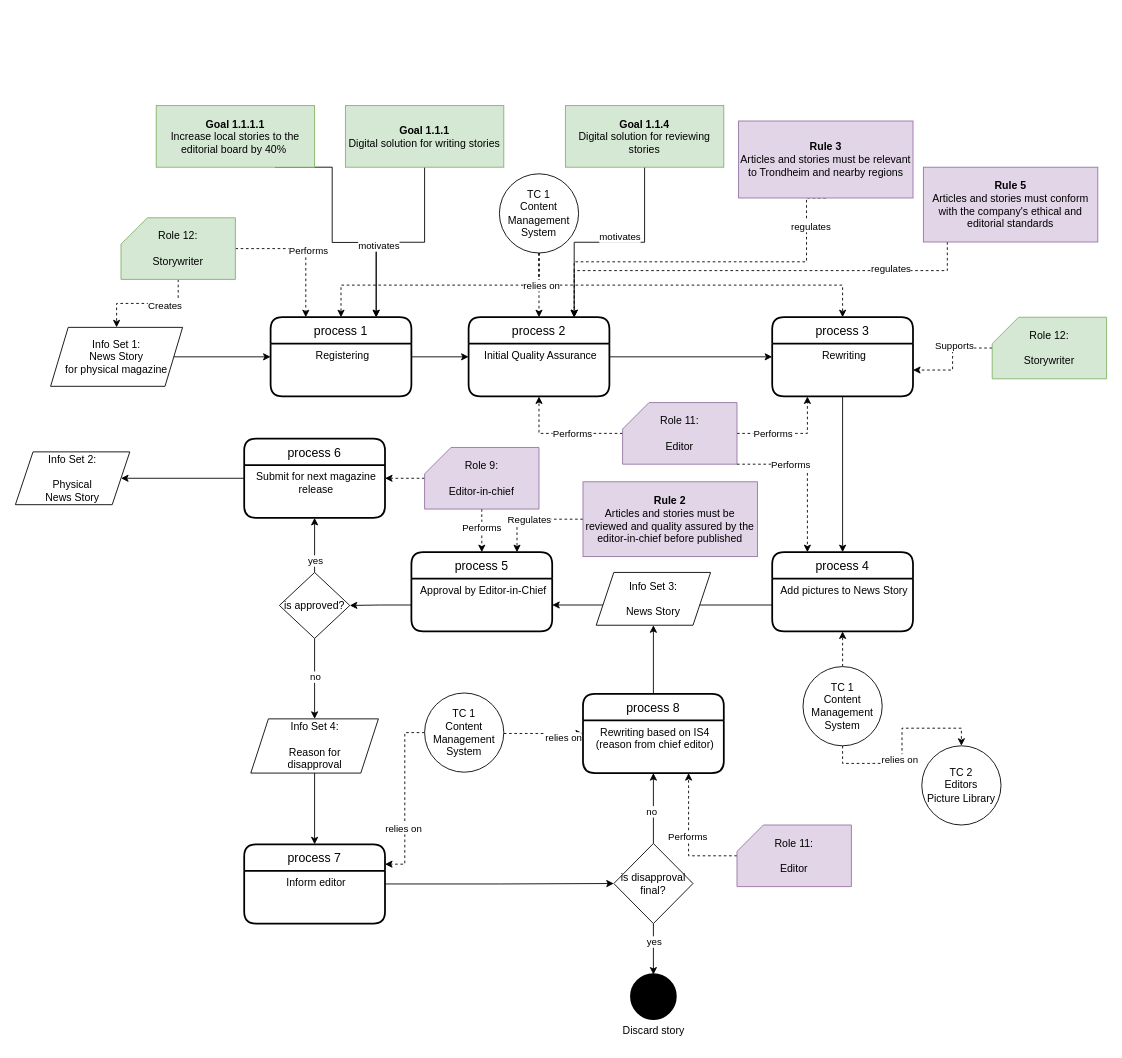
Above: TS_business_process_1.drawio in gullskatten/TS-models-4em-archi (draw.io), before the change. Source tidied: cells renumbered, new cells numbered last; positions are measured from the earlier drawing's top-left corner, leaving out a move shared by most shapes. Both pictures are drawn from the tidied source at 88%, with x=0, y=0 at pixel (15, 105).
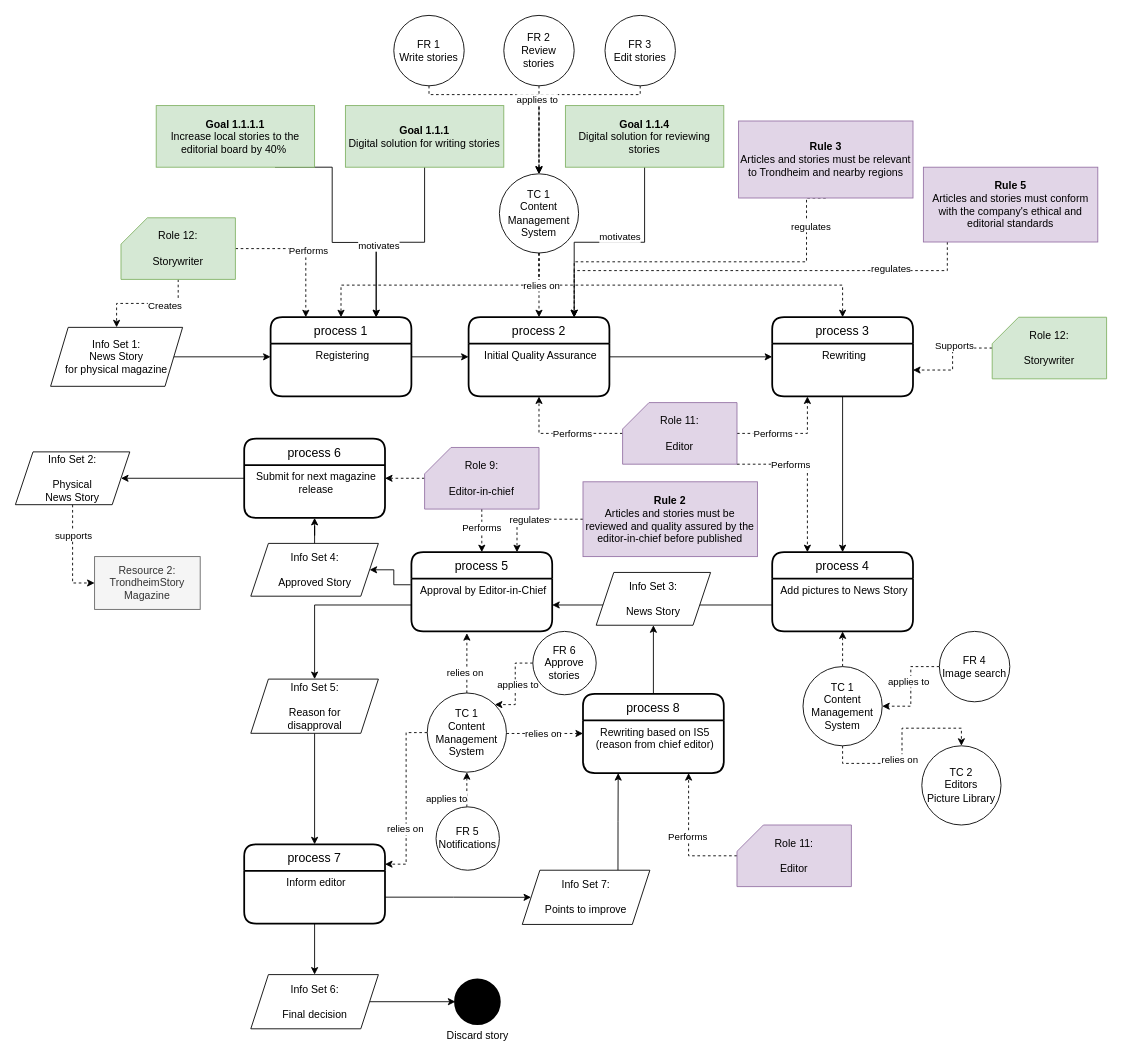
Above is the later version.

The change refers to these unchanged cells:
```xml
<mxCell id="5" value="TC 1&lt;br&gt;Content Management&lt;br&gt;System" style="ellipse;whiteSpace=wrap;html=1;fillColor=#FFFFFF;" parent="1" vertex="1">
  <mxGeometry x="550" y="78" width="90" height="90" as="geometry" />
</mxCell>
<mxCell id="40" style="edgeStyle=orthogonalEdgeStyle;rounded=0;jettySize=auto;html=1;entryX=0;entryY=0.25;entryDx=0;entryDy=0;endArrow=classic;endFill=1;dashed=1;" parent="1" edge="1" source="66" target="62">
  <mxGeometry relative="1" as="geometry">
    <Array as="points">
      <mxPoint x="485" y="713" />
    </Array>
  </mxGeometry>
</mxCell>
<mxCell id="46" value="Info Set 2:&lt;br&gt;&lt;br&gt;Physical&lt;br&gt;News Story" style="shape=parallelogram;perimeter=parallelogramPerimeter;whiteSpace=wrap;html=1;fixedSize=1;" parent="1" vertex="1">
  <mxGeometry y="394" width="130" height="60" as="geometry" />
</mxCell>
<mxCell id="53" value="Inform editor" style="align=center;strokeColor=none;fillColor=none;spacingLeft=4;fontSize=12;verticalAlign=top;" parent="52" vertex="1">
  <mxGeometry y="30" width="160" height="60" as="geometry" />
</mxCell>
<mxCell id="55" value="Submit for next magazine &#10;release" style="align=center;strokeColor=none;fillColor=none;spacingLeft=4;fontSize=12;verticalAlign=top;" parent="54" vertex="1">
  <mxGeometry y="30" width="160" height="60" as="geometry" />
</mxCell>
<mxCell id="59" value="Approval by Editor-in-Chief" style="align=center;strokeColor=none;fillColor=none;spacingLeft=4;fontSize=12;verticalAlign=top;" parent="58" vertex="1">
  <mxGeometry y="30" width="160" height="60" as="geometry" />
</mxCell>
<mxCell id="61" value="process 8" style="swimlane;horizontal=1;startSize=30;rounded=1;fontSize=14;fontStyle=0;strokeWidth=2;shadow=0;dashed=0;align=center;" parent="1" vertex="1">
  <mxGeometry x="645" y="669" width="160" height="90" as="geometry" />
</mxCell>
<mxCell id="82" value="TC 1&lt;br&gt;Content Management&lt;br&gt;System" style="ellipse;whiteSpace=wrap;html=1;fillColor=#FFFFFF;" parent="1" vertex="1">
  <mxGeometry x="895" y="638" width="90" height="90" as="geometry" />
</mxCell>
<mxCell id="83" style="edgeStyle=orthogonalEdgeStyle;rounded=0;jettySize=auto;html=1;entryX=0.75;entryY=0;entryDx=0;entryDy=0;dashed=1;endArrow=classic;endFill=1;" parent="1" edge="1" source="85" target="58">
  <mxGeometry relative="1" as="geometry">
    <Array as="points">
      <mxPoint x="570" y="470" />
    </Array>
  </mxGeometry>
</mxCell>
```

Change to the diagram source:
```diff
@@
-    <mxCell id="10" style="edgeStyle=orthogonalEdgeStyle;rounded=0;jettySize=auto;html=1;entryX=0.5;entryY=1;entryDx=0;entryDy=0;endArrow=classic;endFill=1;exitX=0.5;exitY=0;exitDx=0;exitDy=0;" parent="1" edge="1" source="14" target="55">
-      <mxGeometry relative="1" as="geometry" />
-    </mxCell>
-    <mxCell id="11" value="yes" style="edgeLabel;html=1;align=center;verticalAlign=middle;" parent="10" vertex="1">
-      <mxGeometry x="-0.9" y="-3" relative="1" as="geometry">
-        <mxPoint x="-3" y="-10.6" as="offset" />
-      </mxGeometry>
-    </mxCell>
-    <mxCell id="12" style="edgeStyle=orthogonalEdgeStyle;rounded=0;jettySize=auto;html=1;endArrow=classic;endFill=1;entryX=0.5;entryY=0;entryDx=0;entryDy=0;" parent="1" edge="1" source="14" target="18">
-      <mxGeometry relative="1" as="geometry" />
-    </mxCell>
-    <mxCell id="13" value="no" style="edgeLabel;html=1;align=center;verticalAlign=middle;" parent="12" vertex="1">
-      <mxGeometry x="-0.05" relative="1" as="geometry" />
-    </mxCell>
-    <mxCell id="14" value="is approved?" style="rhombus;whiteSpace=wrap;html=1;fillColor=#FFFFFF;" parent="1" vertex="1">
-      <mxGeometry x="300" y="531" width="80" height="75" as="geometry" />
-    </mxCell>
-    <mxCell id="15" style="edgeStyle=orthogonalEdgeStyle;rounded=0;jettySize=auto;html=1;endArrow=classic;endFill=1;exitX=0;exitY=0.5;exitDx=0;exitDy=0;" parent="1" edge="1" source="59" target="14">
-      <mxGeometry relative="1" as="geometry" />
-    </mxCell>
@@
-    <mxCell id="18" value="Info Set 4:&lt;br&gt;&lt;br&gt;Reason for &lt;br&gt;disapproval" style="shape=parallelogram;perimeter=parallelogramPerimeter;whiteSpace=wrap;html=1;fixedSize=1;" parent="1" vertex="1">
-      <mxGeometry x="267.5" y="697.4" width="145" height="61.6" as="geometry" />
+    <mxCell id="18" value="Info Set 5:&lt;br&gt;&lt;br&gt;Reason for &lt;br&gt;disapproval" style="shape=parallelogram;perimeter=parallelogramPerimeter;whiteSpace=wrap;html=1;fixedSize=1;" parent="1" vertex="1">
+      <mxGeometry x="267.5" y="652.2" width="145" height="61.6" as="geometry" />
     </mxCell>
@@
     <mxCell id="37" value="Discard story" style="shape=mxgraph.bpmn.shape;html=1;verticalLabelPosition=bottom;labelBackgroundColor=#ffffff;verticalAlign=top;align=center;perimeter=ellipsePerimeter;outlineConnect=0;outline=end;symbol=terminate;fillColor=#000000;" parent="1" vertex="1">
-      <mxGeometry x="700" y="988" width="50" height="50" as="geometry" />
+      <mxGeometry x="500" y="993.8" width="50" height="50" as="geometry" />
     </mxCell>
-    <mxCell id="38" style="edgeStyle=orthogonalEdgeStyle;rounded=0;jettySize=auto;html=1;endArrow=classic;endFill=1;exitX=0.5;exitY=1;exitDx=0;exitDy=0;" parent="1" edge="1" source="44" target="37">
-      <mxGeometry relative="1" as="geometry" />
-    </mxCell>
-    <mxCell id="39" value="yes" style="edgeLabel;html=1;align=center;verticalAlign=middle;" parent="38" vertex="1">
-      <mxGeometry x="-0.29" y="-2" relative="1" as="geometry">
-        <mxPoint x="2" y="-1" as="offset" />
-      </mxGeometry>
-    </mxCell>
@@
     <mxCell id="41" value="relies on" style="edgeLabel;html=1;align=center;verticalAlign=middle;" parent="40" vertex="1">
-      <mxGeometry x="0.51" y="-4" relative="1" as="geometry" />
+      <mxGeometry x="0.51" y="-4" relative="1" as="geometry">
+        <mxPoint x="-24" y="-4" as="offset" />
+      </mxGeometry>
     </mxCell>
-    <mxCell id="42" style="edgeStyle=orthogonalEdgeStyle;rounded=0;jettySize=auto;html=1;entryX=0.5;entryY=1;entryDx=0;entryDy=0;endArrow=classic;endFill=1;" parent="1" edge="1" source="44" target="61">
-      <mxGeometry relative="1" as="geometry" />
-    </mxCell>
-    <mxCell id="43" value="no" style="edgeLabel;html=1;align=center;verticalAlign=middle;" parent="42" vertex="1">
-      <mxGeometry x="-0.07" y="3" relative="1" as="geometry" />
-    </mxCell>
-    <mxCell id="44" value="is disapproval final?" style="rhombus;whiteSpace=wrap;html=1;fillColor=#FFFFFF;" parent="1" vertex="1">
-      <mxGeometry x="680" y="839" width="90" height="91" as="geometry" />
-    </mxCell>
-    <mxCell id="45" style="edgeStyle=orthogonalEdgeStyle;rounded=0;jettySize=auto;html=1;endArrow=classic;endFill=1;exitX=1;exitY=0.25;exitDx=0;exitDy=0;" parent="1" edge="1" source="53" target="44">
-      <mxGeometry relative="1" as="geometry" />
-    </mxCell>
+    <mxCell id="103" style="edgeStyle=orthogonalEdgeStyle;rounded=0;jettySize=auto;html=1;entryX=0;entryY=0.5;entryDx=0;entryDy=0;dashed=1;" parent="1" edge="1" source="46" target="124">
+      <mxGeometry relative="1" as="geometry" />
+    </mxCell>
+    <mxCell id="104" value="supports" style="edgeLabel;html=1;align=center;verticalAlign=middle;" parent="103" vertex="1">
+      <mxGeometry x="-0.68" y="-1" relative="1" as="geometry">
+        <mxPoint x="1" y="16" as="offset" />
+      </mxGeometry>
+    </mxCell>
@@
-    <mxCell id="62" value="Rewriting based on IS4 &#10;(reason from chief editor)" style="align=center;strokeColor=none;fillColor=none;spacingLeft=4;fontSize=12;verticalAlign=top;" parent="61" vertex="1">
+    <mxCell id="62" value="Rewriting based on IS5 &#10;(reason from chief editor)" style="align=center;strokeColor=none;fillColor=none;spacingLeft=4;fontSize=12;verticalAlign=top;" parent="61" vertex="1">
       <mxGeometry y="30" width="160" height="60" as="geometry" />
     </mxCell>
@@
+    <mxCell id="105" style="edgeStyle=orthogonalEdgeStyle;rounded=0;jettySize=auto;html=1;entryX=0.394;entryY=1.033;entryDx=0;entryDy=0;entryPerimeter=0;dashed=1;" parent="1" edge="1" source="66" target="59">
+      <mxGeometry relative="1" as="geometry" />
+    </mxCell>
+    <mxCell id="106" value="relies on" style="edgeLabel;html=1;align=center;verticalAlign=middle;" parent="105" vertex="1">
+      <mxGeometry x="-0.32" y="3" relative="1" as="geometry" />
+    </mxCell>
     <mxCell id="66" value="TC 1&lt;br&gt;Content Management&lt;br&gt;System" style="ellipse;whiteSpace=wrap;html=1;fillColor=#FFFFFF;" parent="1" vertex="1">
-      <mxGeometry x="465" y="668" width="90" height="90" as="geometry" />
+      <mxGeometry x="468" y="668" width="90" height="90" as="geometry" />
     </mxCell>
@@
-    <mxCell id="84" value="Regulates" style="edgeLabel;html=1;align=center;verticalAlign=middle;" parent="83" vertex="1">
+    <mxCell id="84" value="regulates" style="edgeLabel;html=1;align=center;verticalAlign=middle;" parent="83" vertex="1">
       <mxGeometry x="0.1" relative="1" as="geometry" />
     </mxCell>
@@
+    <mxCell id="107" style="edgeStyle=orthogonalEdgeStyle;rounded=0;jettySize=auto;html=1;entryX=0.5;entryY=1;entryDx=0;entryDy=0;" parent="1" edge="1" source="108" target="55">
+      <mxGeometry relative="1" as="geometry" />
+    </mxCell>
+    <mxCell id="108" value="Info Set 4:&lt;br&gt;&lt;br&gt;Approved Story" style="shape=parallelogram;perimeter=parallelogramPerimeter;whiteSpace=wrap;html=1;fixedSize=1;" parent="1" vertex="1">
+      <mxGeometry x="267.5" y="498" width="145" height="60" as="geometry" />
+    </mxCell>
+    <mxCell id="109" style="edgeStyle=orthogonalEdgeStyle;rounded=0;jettySize=auto;html=1;entryX=1;entryY=0.5;entryDx=0;entryDy=0;exitX=-0.006;exitY=0.117;exitDx=0;exitDy=0;exitPerimeter=0;" parent="1" edge="1" source="59" target="108">
+      <mxGeometry relative="1" as="geometry" />
+    </mxCell>
+    <mxCell id="110" style="edgeStyle=orthogonalEdgeStyle;rounded=0;jettySize=auto;html=1;" parent="1" edge="1" source="59" target="18">
+      <mxGeometry relative="1" as="geometry" />
+    </mxCell>
+    <mxCell id="111" style="edgeStyle=orthogonalEdgeStyle;rounded=0;jettySize=auto;html=1;entryX=0.25;entryY=1;entryDx=0;entryDy=0;exitX=0.75;exitY=0;exitDx=0;exitDy=0;" parent="1" edge="1" source="112" target="62">
+      <mxGeometry relative="1" as="geometry" />
+    </mxCell>
+    <mxCell id="112" value="Info Set 7:&lt;br&gt;&lt;br&gt;Points to improve" style="shape=parallelogram;perimeter=parallelogramPerimeter;whiteSpace=wrap;html=1;fixedSize=1;" parent="1" vertex="1">
+      <mxGeometry x="576" y="869.4" width="145" height="61.6" as="geometry" />
+    </mxCell>
+    <mxCell id="113" style="edgeStyle=orthogonalEdgeStyle;rounded=0;jettySize=auto;html=1;entryX=0;entryY=0.5;entryDx=0;entryDy=0;" parent="1" edge="1" source="114" target="37">
+      <mxGeometry relative="1" as="geometry" />
+    </mxCell>
+    <mxCell id="114" value="Info Set 6:&lt;br&gt;&lt;br&gt;Final decision" style="shape=parallelogram;perimeter=parallelogramPerimeter;whiteSpace=wrap;html=1;fixedSize=1;" parent="1" vertex="1">
+      <mxGeometry x="267.5" y="988" width="145" height="61.6" as="geometry" />
+    </mxCell>
+    <mxCell id="115" style="edgeStyle=orthogonalEdgeStyle;rounded=0;jettySize=auto;html=1;entryX=0.5;entryY=0;entryDx=0;entryDy=0;" parent="1" edge="1" source="53" target="114">
+      <mxGeometry relative="1" as="geometry" />
+    </mxCell>
+    <mxCell id="116" style="edgeStyle=orthogonalEdgeStyle;rounded=0;jettySize=auto;html=1;entryX=0;entryY=0.5;entryDx=0;entryDy=0;" parent="1" edge="1" source="53" target="112">
+      <mxGeometry relative="1" as="geometry" />
+    </mxCell>
+    <mxCell id="117" style="edgeStyle=orthogonalEdgeStyle;rounded=0;jettySize=auto;html=1;entryX=0.5;entryY=0;entryDx=0;entryDy=0;dashed=1;" parent="1" edge="1" source="118" target="5">
+      <mxGeometry relative="1" as="geometry">
+        <Array as="points">
+          <mxPoint x="470" y="-12" />
+          <mxPoint x="595" y="-12" />
+        </Array>
+      </mxGeometry>
+    </mxCell>
+    <mxCell id="118" value="FR 1&lt;br&gt;Write stories" style="ellipse;whiteSpace=wrap;html=1;" parent="1" vertex="1">
+      <mxGeometry x="430" y="-102" width="80" height="80" as="geometry" />
+    </mxCell>
+    <mxCell id="119" style="edgeStyle=orthogonalEdgeStyle;rounded=0;jettySize=auto;html=1;entryX=0.5;entryY=0;entryDx=0;entryDy=0;dashed=1;" parent="1" edge="1" source="120" target="5">
+      <mxGeometry relative="1" as="geometry" />
+    </mxCell>
+    <mxCell id="120" value="FR 2&lt;br&gt;Review stories" style="ellipse;whiteSpace=wrap;html=1;" parent="1" vertex="1">
+      <mxGeometry x="555" y="-102" width="80" height="80" as="geometry" />
+    </mxCell>
+    <mxCell id="121" style="edgeStyle=orthogonalEdgeStyle;rounded=0;jettySize=auto;html=1;entryX=0.5;entryY=0;entryDx=0;entryDy=0;dashed=1;" parent="1" edge="1" source="123" target="5">
+      <mxGeometry relative="1" as="geometry">
+        <Array as="points">
+          <mxPoint x="710" y="-12" />
+          <mxPoint x="595" y="-12" />
+        </Array>
+      </mxGeometry>
+    </mxCell>
+    <mxCell id="122" value="applies to" style="edgeLabel;html=1;align=center;verticalAlign=middle;" parent="121" vertex="1">
+      <mxGeometry x="0.21" y="-3" relative="1" as="geometry" />
+    </mxCell>
+    <mxCell id="123" value="FR 3&lt;br&gt;Edit stories" style="ellipse;whiteSpace=wrap;html=1;" parent="1" vertex="1">
+      <mxGeometry x="670" y="-102" width="80" height="80" as="geometry" />
+    </mxCell>
+    <mxCell id="124" value="Resource 2:&lt;br&gt;TrondheimStory&lt;br&gt;Magazine" style="rounded=0;whiteSpace=wrap;html=1;fillColor=#f5f5f5;strokeColor=#666666;fontColor=#333333;" parent="1" vertex="1">
+      <mxGeometry x="90" y="513" width="120" height="60" as="geometry" />
+    </mxCell>
+    <mxCell id="125" style="edgeStyle=orthogonalEdgeStyle;rounded=0;jettySize=auto;html=1;entryX=1;entryY=0.5;entryDx=0;entryDy=0;dashed=1;" parent="1" edge="1" source="127" target="82">
+      <mxGeometry relative="1" as="geometry" />
+    </mxCell>
+    <mxCell id="126" value="applies to" style="edgeLabel;html=1;align=center;verticalAlign=middle;" parent="125" vertex="1">
+      <mxGeometry x="-0.41" y="16" relative="1" as="geometry">
+        <mxPoint x="-4" as="offset" />
+      </mxGeometry>
+    </mxCell>
+    <mxCell id="127" value="FR 4&lt;br&gt;Image search" style="ellipse;whiteSpace=wrap;html=1;" parent="1" vertex="1">
+      <mxGeometry x="1050" y="598" width="80" height="80" as="geometry" />
+    </mxCell>
+    <mxCell id="128" value="applies to" style="edgeStyle=orthogonalEdgeStyle;rounded=0;jettySize=auto;html=1;entryX=0.5;entryY=1;entryDx=0;entryDy=0;dashed=1;" parent="1" edge="1" source="129" target="66">
+      <mxGeometry x="0.49" y="30" relative="1" as="geometry">
+        <Array as="points">
+          <mxPoint x="513" y="768" />
+          <mxPoint x="513" y="768" />
+        </Array>
+        <mxPoint x="7" y="20" as="offset" />
+      </mxGeometry>
+    </mxCell>
+    <mxCell id="129" value="FR 5&lt;br&gt;Notifications" style="ellipse;whiteSpace=wrap;html=1;" parent="1" vertex="1">
+      <mxGeometry x="478" y="797.4" width="72" height="72" as="geometry" />
+    </mxCell>
+    <mxCell id="130" style="edgeStyle=orthogonalEdgeStyle;rounded=0;jettySize=auto;html=1;entryX=1;entryY=0;entryDx=0;entryDy=0;dashed=1;" parent="1" edge="1" source="132" target="66">
+      <mxGeometry relative="1" as="geometry" />
+    </mxCell>
+    <mxCell id="131" value="applies to" style="edgeLabel;html=1;align=center;verticalAlign=middle;" parent="130" vertex="1">
+      <mxGeometry x="0.39" relative="1" as="geometry">
+        <mxPoint x="2" y="-19" as="offset" />
+      </mxGeometry>
+    </mxCell>
+    <mxCell id="132" value="FR 6&lt;br&gt;Approve&lt;br&gt;stories" style="ellipse;whiteSpace=wrap;html=1;" parent="1" vertex="1">
+      <mxGeometry x="588" y="598" width="72" height="72" as="geometry" />
+    </mxCell>
```
